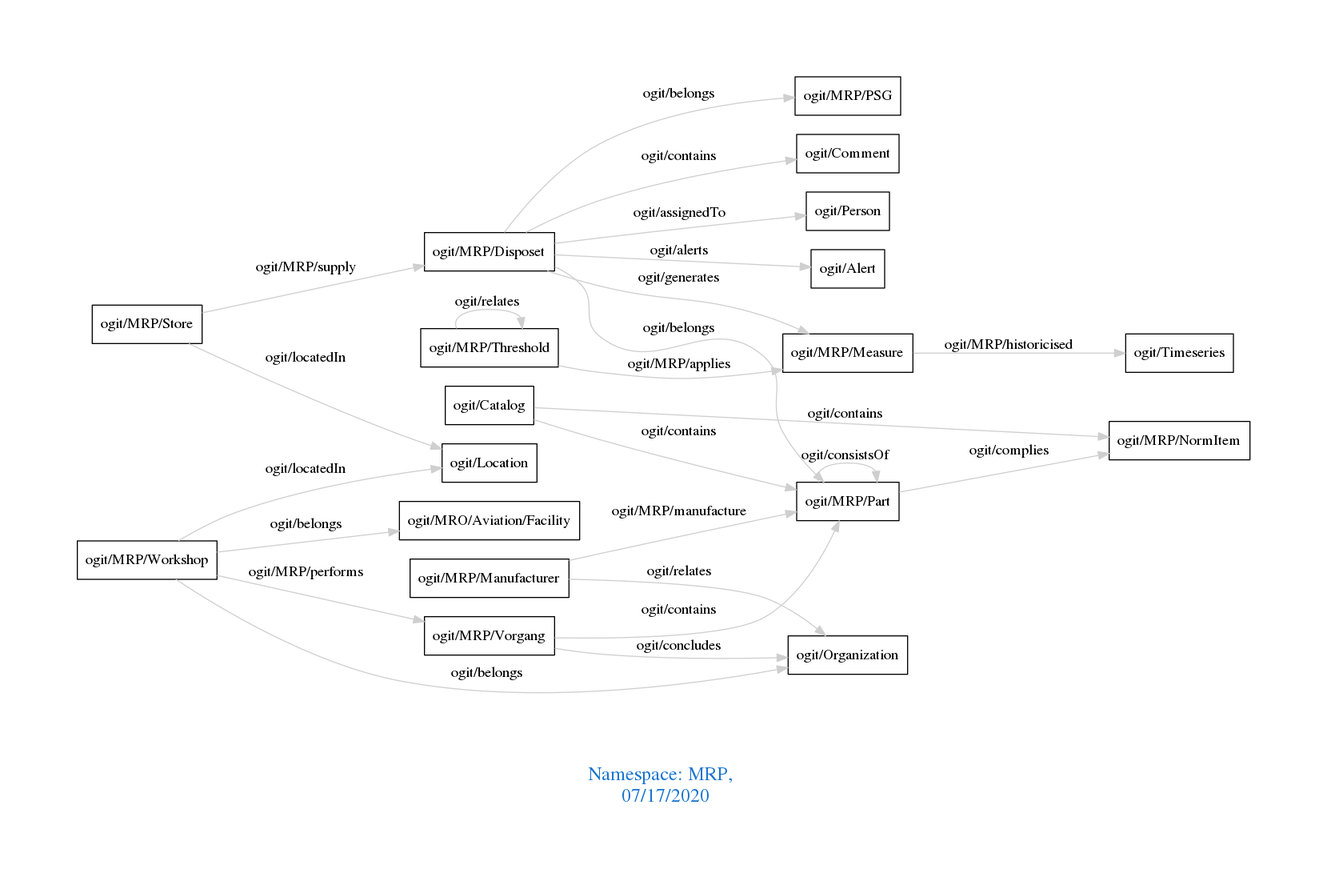
This is downloads/MRP.png from arago/OGIT, a Graphviz export, as it was before one commit. Its source is kept beside it as downloads/MRP.dot.
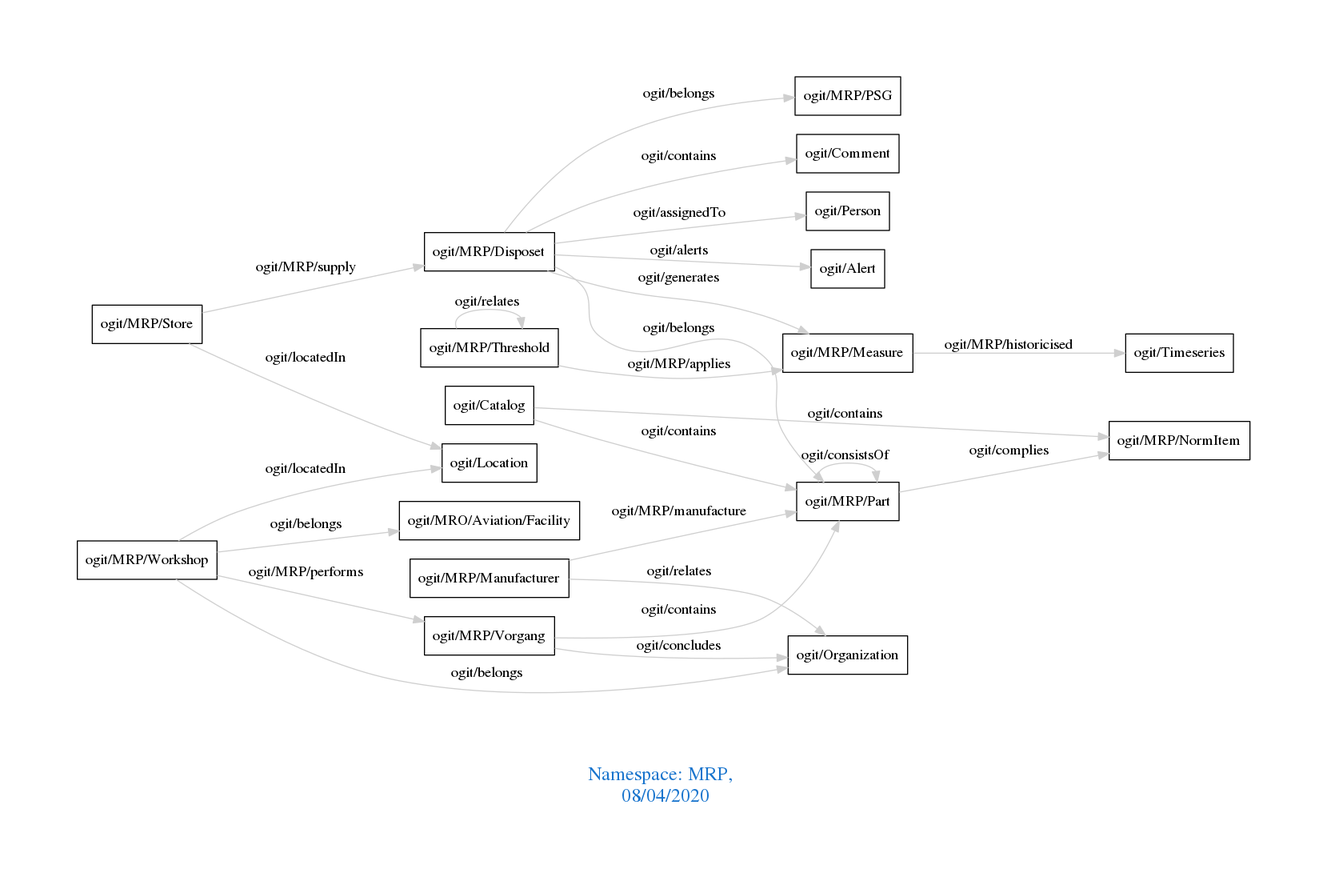
Above is the later version.

Diff of the diagram source:
```diff
@@ -1,7 +1,7 @@
 digraph OGIT_ontology {
  graph [ rankdir= LR,pad=1
 fontsize = 18,
-fontcolor= dodgerblue3,label = "\n\n\nNamespace: MRP, \n 07/17/2020"];
+fontcolor= dodgerblue3,label = "\n\n\nNamespace: MRP, \n 08/04/2020"];
 node[shape=polygon];
 edge [  color="gray81"];
 
```
